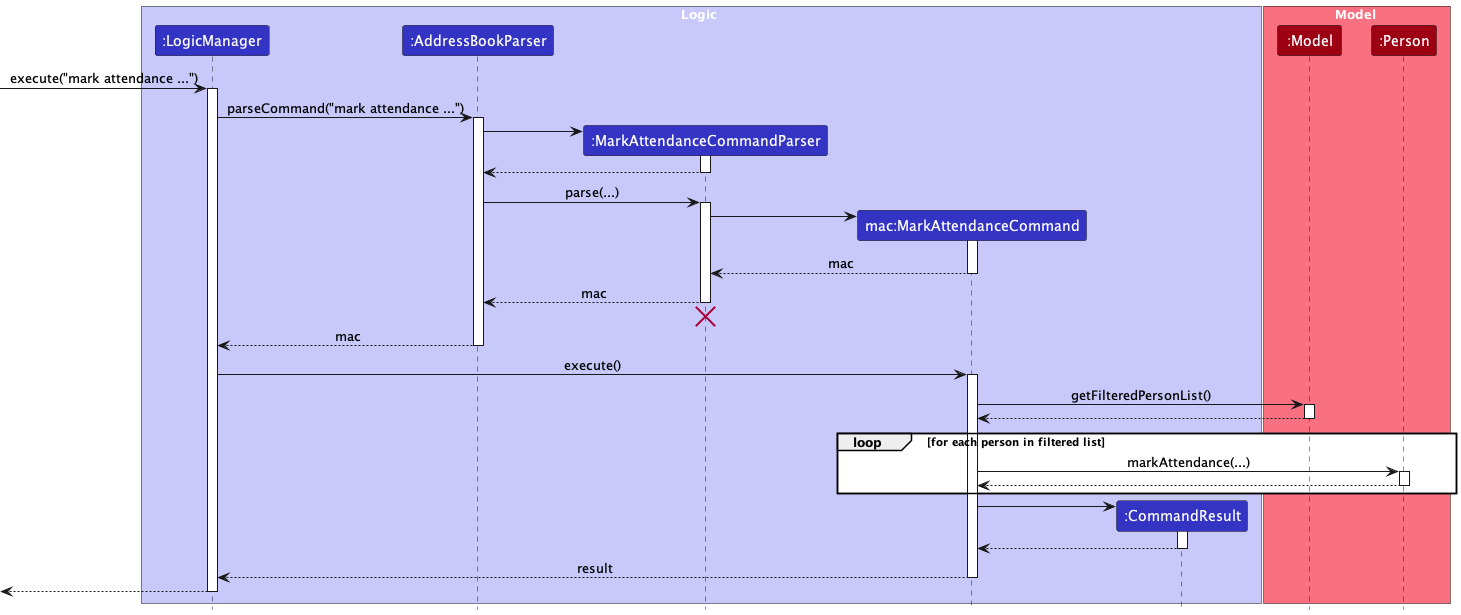
Before: docs/images/MarkAttendanceSeqDiagram.png, a diagram exported from PlantUML (nus-cs2103-AY2324S1/tp).
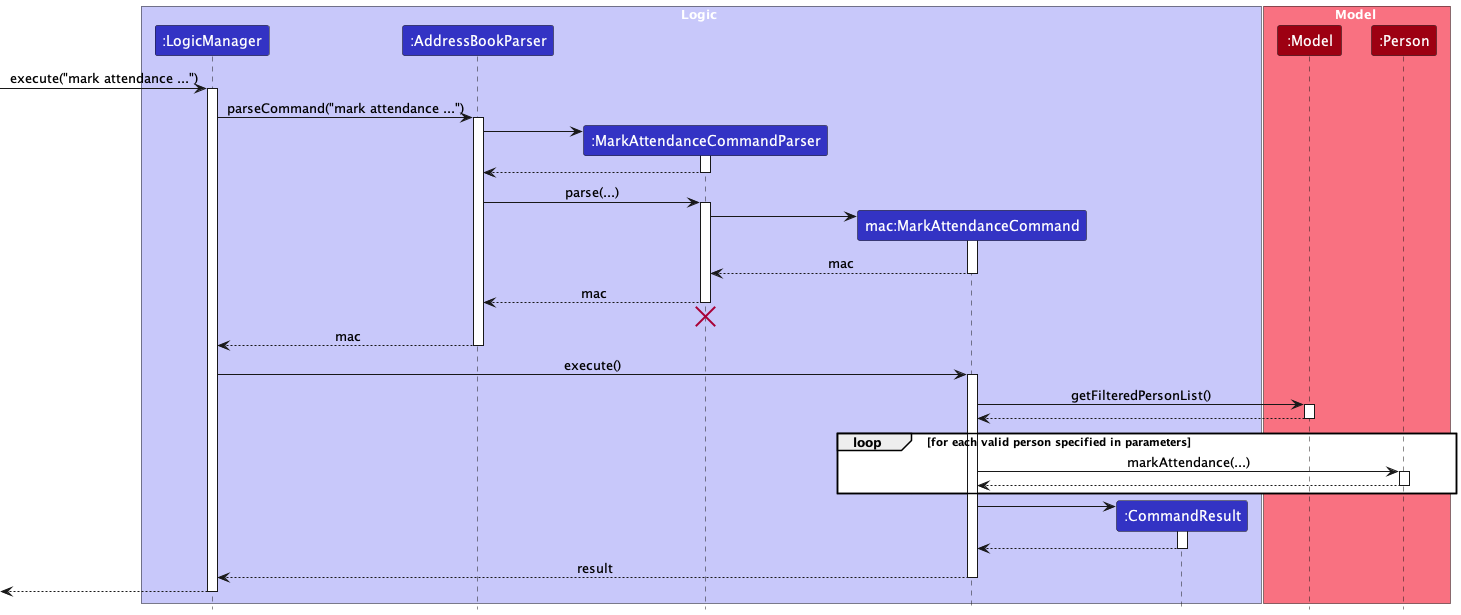
The same diagram one commit later.

Commit message:
Update sequence diagram

What changed in the source:
```diff
@@ -55,7 +55,7 @@
 Model --> MarkAttendanceCommand
 deactivate Model
 
-loop for each person in filtered list
+loop for each valid person specified in parameters
     MarkAttendanceCommand -> Person : markAttendance(...)
     activate Person
 
```
